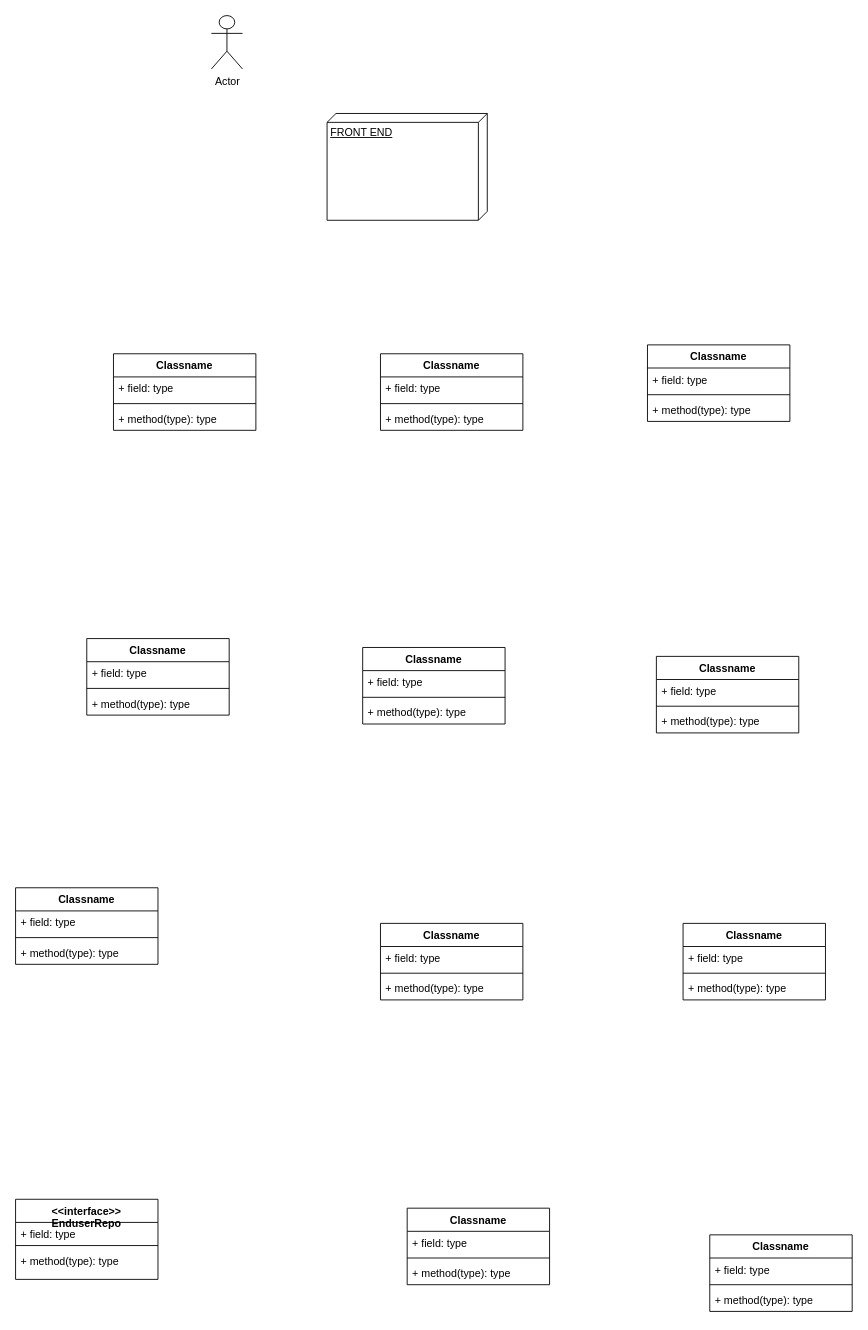
Before: documentation/UML.drawio in KesterJJ/life-goals, a draw.io diagram. Source tidied: cells renumbered, new cells numbered last; positions are measured from the earlier drawing's top-left corner, leaving out a move shared by most shapes. Both pictures are drawn from the tidied source at 89%, with x=0, y=0 at pixel (15, 15).
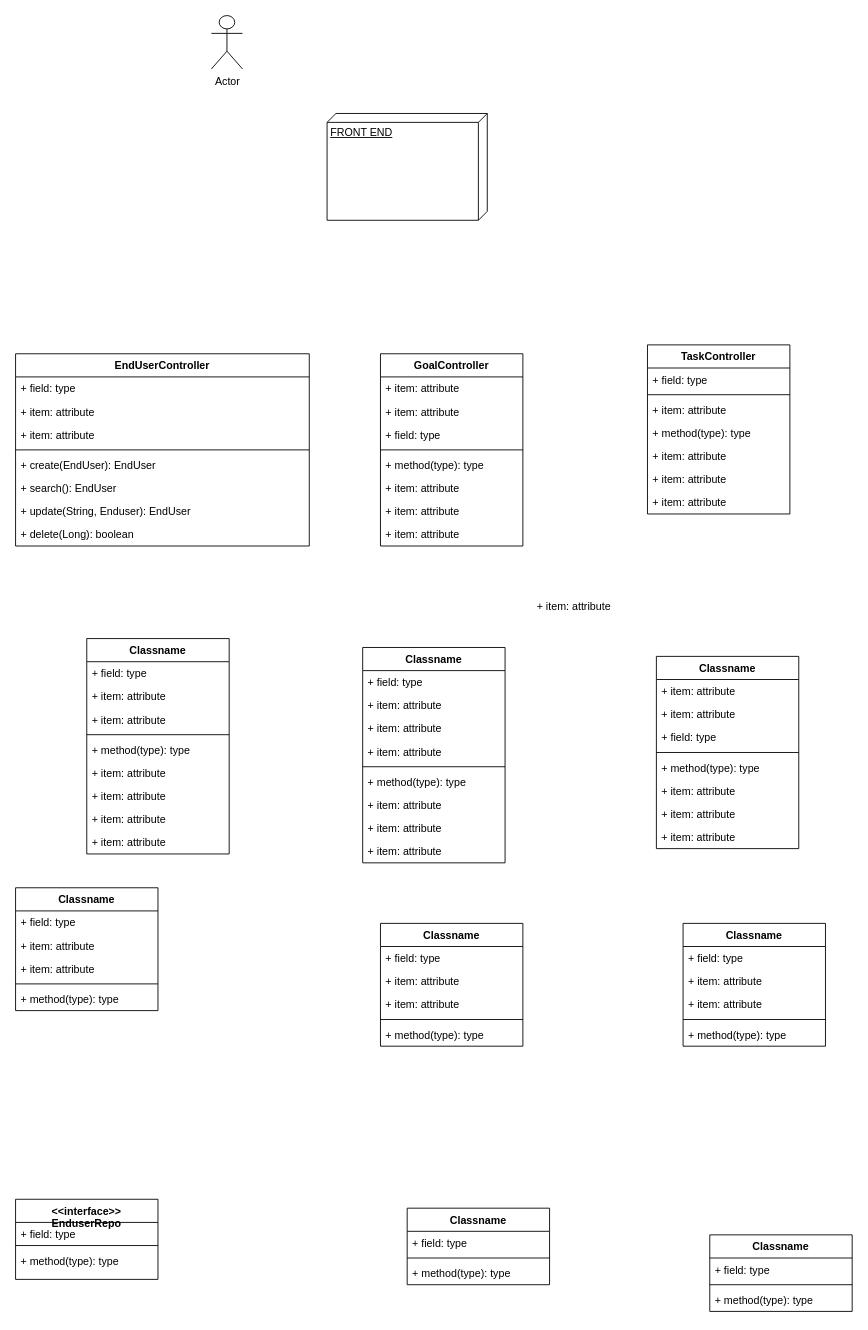
The same diagram, later.

Change to the diagram source:
```diff
@@
-    <mxCell id="2" value="Classname" style="swimlane;fontStyle=1;align=center;verticalAlign=top;horizontal=1;startSize=26;" parent="1" vertex="1">
-      <mxGeometry x="710" y="370" width="160" height="86" as="geometry" />
+    <mxCell id="2" value="TaskController" style="swimlane;fontStyle=1;align=center;verticalAlign=top;horizontal=1;startSize=26;" parent="1" vertex="1">
+      <mxGeometry x="710" y="370" width="160" height="190" as="geometry" />
     </mxCell>
@@
+    <mxCell id="52" value="+ item: attribute" style="text;strokeColor=none;fillColor=none;align=left;verticalAlign=top;spacingLeft=4;spacingRight=4;overflow=hidden;" parent="2" vertex="1">
+      <mxGeometry y="60" width="160" height="26" as="geometry" />
+    </mxCell>
     <mxCell id="5" value="+ method(type): type" style="text;strokeColor=none;fillColor=none;align=left;verticalAlign=top;spacingLeft=4;spacingRight=4;overflow=hidden;" parent="2" vertex="1">
-      <mxGeometry y="60" width="160" height="26" as="geometry" />
+      <mxGeometry y="86" width="160" height="26" as="geometry" />
     </mxCell>
+    <mxCell id="53" value="+ item: attribute" style="text;strokeColor=none;fillColor=none;align=left;verticalAlign=top;spacingLeft=4;spacingRight=4;overflow=hidden;" parent="2" vertex="1">
+      <mxGeometry y="112" width="160" height="26" as="geometry" />
+    </mxCell>
+    <mxCell id="54" value="+ item: attribute" style="text;strokeColor=none;fillColor=none;align=left;verticalAlign=top;spacingLeft=4;spacingRight=4;overflow=hidden;" parent="2" vertex="1">
+      <mxGeometry y="138" width="160" height="26" as="geometry" />
+    </mxCell>
+    <mxCell id="55" value="+ item: attribute" style="text;strokeColor=none;fillColor=none;align=left;verticalAlign=top;spacingLeft=4;spacingRight=4;overflow=hidden;" parent="2" vertex="1">
+      <mxGeometry y="164" width="160" height="26" as="geometry" />
+    </mxCell>
-    <mxCell id="6" value="Classname" style="swimlane;fontStyle=1;align=center;verticalAlign=top;horizontal=1;startSize=26;" parent="1" vertex="1">
-      <mxGeometry x="410" y="380" width="160" height="86" as="geometry" />
+    <mxCell id="6" value="GoalController" style="swimlane;fontStyle=1;align=center;verticalAlign=top;horizontal=1;startSize=26;" parent="1" vertex="1">
+      <mxGeometry x="410" y="380" width="160" height="216" as="geometry" />
     </mxCell>
+    <mxCell id="56" value="+ item: attribute" style="text;strokeColor=none;fillColor=none;align=left;verticalAlign=top;spacingLeft=4;spacingRight=4;overflow=hidden;" parent="6" vertex="1">
+      <mxGeometry y="26" width="160" height="26" as="geometry" />
+    </mxCell>
+    <mxCell id="57" value="+ item: attribute" style="text;strokeColor=none;fillColor=none;align=left;verticalAlign=top;spacingLeft=4;spacingRight=4;overflow=hidden;" parent="6" vertex="1">
+      <mxGeometry y="52" width="160" height="26" as="geometry" />
+    </mxCell>
     <mxCell id="7" value="+ field: type" style="text;strokeColor=none;fillColor=none;align=left;verticalAlign=top;spacingLeft=4;spacingRight=4;overflow=hidden;" parent="6" vertex="1">
-      <mxGeometry y="26" width="160" height="26" as="geometry" />
+      <mxGeometry y="78" width="160" height="26" as="geometry" />
     </mxCell>
     <mxCell id="8" style="line;strokeWidth=1;fillColor=none;align=left;verticalAlign=middle;spacingTop=-1;spacingLeft=3;spacingRight=3;labelPosition=right;" parent="6" vertex="1">
-      <mxGeometry y="52" width="160" height="8" as="geometry" />
+      <mxGeometry y="104" width="160" height="8" as="geometry" />
     </mxCell>
     <mxCell id="9" value="+ method(type): type" style="text;strokeColor=none;fillColor=none;align=left;verticalAlign=top;spacingLeft=4;spacingRight=4;overflow=hidden;" parent="6" vertex="1">
-      <mxGeometry y="60" width="160" height="26" as="geometry" />
+      <mxGeometry y="112" width="160" height="26" as="geometry" />
     </mxCell>
+    <mxCell id="58" value="+ item: attribute" style="text;strokeColor=none;fillColor=none;align=left;verticalAlign=top;spacingLeft=4;spacingRight=4;overflow=hidden;" parent="6" vertex="1">
+      <mxGeometry y="138" width="160" height="26" as="geometry" />
+    </mxCell>
+    <mxCell id="59" value="+ item: attribute" style="text;strokeColor=none;fillColor=none;align=left;verticalAlign=top;spacingLeft=4;spacingRight=4;overflow=hidden;" parent="6" vertex="1">
+      <mxGeometry y="164" width="160" height="26" as="geometry" />
+    </mxCell>
+    <mxCell id="60" value="+ item: attribute" style="text;strokeColor=none;fillColor=none;align=left;verticalAlign=top;spacingLeft=4;spacingRight=4;overflow=hidden;" parent="6" vertex="1">
+      <mxGeometry y="190" width="160" height="26" as="geometry" />
+    </mxCell>
-    <mxCell id="10" value="Classname" style="swimlane;fontStyle=1;align=center;verticalAlign=top;horizontal=1;startSize=26;" parent="1" vertex="1">
-      <mxGeometry x="110" y="380" width="160" height="86" as="geometry" />
+    <mxCell id="10" value="EndUserController" style="swimlane;fontStyle=1;align=center;verticalAlign=top;horizontal=1;startSize=26;" parent="1" vertex="1">
+      <mxGeometry y="380" width="330" height="216" as="geometry" />
     </mxCell>
     <mxCell id="11" value="+ field: type" style="text;strokeColor=none;fillColor=none;align=left;verticalAlign=top;spacingLeft=4;spacingRight=4;overflow=hidden;" parent="10" vertex="1">
-      <mxGeometry y="26" width="160" height="26" as="geometry" />
+      <mxGeometry y="26" width="330" height="26" as="geometry" />
     </mxCell>
+    <mxCell id="61" value="+ item: attribute" style="text;strokeColor=none;fillColor=none;align=left;verticalAlign=top;spacingLeft=4;spacingRight=4;overflow=hidden;" parent="10" vertex="1">
+      <mxGeometry y="52" width="330" height="26" as="geometry" />
+    </mxCell>
+    <mxCell id="62" value="+ item: attribute" style="text;strokeColor=none;fillColor=none;align=left;verticalAlign=top;spacingLeft=4;spacingRight=4;overflow=hidden;" parent="10" vertex="1">
+      <mxGeometry y="78" width="330" height="26" as="geometry" />
+    </mxCell>
     <mxCell id="12" style="line;strokeWidth=1;fillColor=none;align=left;verticalAlign=middle;spacingTop=-1;spacingLeft=3;spacingRight=3;labelPosition=right;" parent="10" vertex="1">
-      <mxGeometry y="52" width="160" height="8" as="geometry" />
+      <mxGeometry y="104" width="330" height="8" as="geometry" />
     </mxCell>
-    <mxCell id="13" value="+ method(type): type" style="text;strokeColor=none;fillColor=none;align=left;verticalAlign=top;spacingLeft=4;spacingRight=4;overflow=hidden;" parent="10" vertex="1">
-      <mxGeometry y="60" width="160" height="26" as="geometry" />
+    <mxCell id="13" value="+ create(EndUser): EndUser" style="text;strokeColor=none;fillColor=none;align=left;verticalAlign=top;spacingLeft=4;spacingRight=4;overflow=hidden;" parent="10" vertex="1">
+      <mxGeometry y="112" width="330" height="26" as="geometry" />
     </mxCell>
+    <mxCell id="63" value="+ search(): EndUser" style="text;strokeColor=none;fillColor=none;align=left;verticalAlign=top;spacingLeft=4;spacingRight=4;overflow=hidden;" parent="10" vertex="1">
+      <mxGeometry y="138" width="330" height="26" as="geometry" />
+    </mxCell>
+    <mxCell id="64" value="+ update(String, Enduser): EndUser" style="text;strokeColor=none;fillColor=none;align=left;verticalAlign=top;spacingLeft=4;spacingRight=4;overflow=hidden;" parent="10" vertex="1">
+      <mxGeometry y="164" width="330" height="26" as="geometry" />
+    </mxCell>
+    <mxCell id="65" value="+ delete(Long): boolean" style="text;strokeColor=none;fillColor=none;align=left;verticalAlign=top;spacingLeft=4;spacingRight=4;overflow=hidden;" parent="10" vertex="1">
+      <mxGeometry y="190" width="330" height="26" as="geometry" />
+    </mxCell>
     <mxCell id="14" value="Classname" style="swimlane;fontStyle=1;align=center;verticalAlign=top;horizontal=1;startSize=26;" parent="1" vertex="1">
-      <mxGeometry x="720" y="720" width="160" height="86" as="geometry" />
+      <mxGeometry x="720" y="720" width="160" height="216" as="geometry" />
     </mxCell>
+    <mxCell id="66" value="+ item: attribute" style="text;strokeColor=none;fillColor=none;align=left;verticalAlign=top;spacingLeft=4;spacingRight=4;overflow=hidden;" parent="14" vertex="1">
+      <mxGeometry y="26" width="160" height="26" as="geometry" />
+    </mxCell>
+    <mxCell id="67" value="+ item: attribute" style="text;strokeColor=none;fillColor=none;align=left;verticalAlign=top;spacingLeft=4;spacingRight=4;overflow=hidden;" parent="14" vertex="1">
+      <mxGeometry y="52" width="160" height="26" as="geometry" />
+    </mxCell>
     <mxCell id="15" value="+ field: type" style="text;strokeColor=none;fillColor=none;align=left;verticalAlign=top;spacingLeft=4;spacingRight=4;overflow=hidden;" parent="14" vertex="1">
-      <mxGeometry y="26" width="160" height="26" as="geometry" />
+      <mxGeometry y="78" width="160" height="26" as="geometry" />
     </mxCell>
     <mxCell id="16" style="line;strokeWidth=1;fillColor=none;align=left;verticalAlign=middle;spacingTop=-1;spacingLeft=3;spacingRight=3;labelPosition=right;" parent="14" vertex="1">
-      <mxGeometry y="52" width="160" height="8" as="geometry" />
+      <mxGeometry y="104" width="160" height="8" as="geometry" />
     </mxCell>
     <mxCell id="17" value="+ method(type): type" style="text;strokeColor=none;fillColor=none;align=left;verticalAlign=top;spacingLeft=4;spacingRight=4;overflow=hidden;" parent="14" vertex="1">
-      <mxGeometry y="60" width="160" height="26" as="geometry" />
+      <mxGeometry y="112" width="160" height="26" as="geometry" />
     </mxCell>
+    <mxCell id="68" value="+ item: attribute" style="text;strokeColor=none;fillColor=none;align=left;verticalAlign=top;spacingLeft=4;spacingRight=4;overflow=hidden;" parent="14" vertex="1">
+      <mxGeometry y="138" width="160" height="26" as="geometry" />
+    </mxCell>
+    <mxCell id="69" value="+ item: attribute" style="text;strokeColor=none;fillColor=none;align=left;verticalAlign=top;spacingLeft=4;spacingRight=4;overflow=hidden;" parent="14" vertex="1">
+      <mxGeometry y="164" width="160" height="26" as="geometry" />
+    </mxCell>
+    <mxCell id="70" value="+ item: attribute" style="text;strokeColor=none;fillColor=none;align=left;verticalAlign=top;spacingLeft=4;spacingRight=4;overflow=hidden;" parent="14" vertex="1">
+      <mxGeometry y="190" width="160" height="26" as="geometry" />
+    </mxCell>
     <mxCell id="18" value="Classname" style="swimlane;fontStyle=1;align=center;verticalAlign=top;horizontal=1;startSize=26;" parent="1" vertex="1">
-      <mxGeometry x="80" y="700" width="160" height="86" as="geometry" />
+      <mxGeometry x="80" y="700" width="160" height="242" as="geometry" />
     </mxCell>
@@
+    <mxCell id="71" value="+ item: attribute" style="text;strokeColor=none;fillColor=none;align=left;verticalAlign=top;spacingLeft=4;spacingRight=4;overflow=hidden;" parent="18" vertex="1">
+      <mxGeometry y="52" width="160" height="26" as="geometry" />
+    </mxCell>
+    <mxCell id="72" value="+ item: attribute" style="text;strokeColor=none;fillColor=none;align=left;verticalAlign=top;spacingLeft=4;spacingRight=4;overflow=hidden;" parent="18" vertex="1">
+      <mxGeometry y="78" width="160" height="26" as="geometry" />
+    </mxCell>
     <mxCell id="20" style="line;strokeWidth=1;fillColor=none;align=left;verticalAlign=middle;spacingTop=-1;spacingLeft=3;spacingRight=3;labelPosition=right;" parent="18" vertex="1">
-      <mxGeometry y="52" width="160" height="8" as="geometry" />
+      <mxGeometry y="104" width="160" height="8" as="geometry" />
     </mxCell>
     <mxCell id="21" value="+ method(type): type" style="text;strokeColor=none;fillColor=none;align=left;verticalAlign=top;spacingLeft=4;spacingRight=4;overflow=hidden;" parent="18" vertex="1">
-      <mxGeometry y="60" width="160" height="26" as="geometry" />
+      <mxGeometry y="112" width="160" height="26" as="geometry" />
     </mxCell>
+    <mxCell id="73" value="+ item: attribute" style="text;strokeColor=none;fillColor=none;align=left;verticalAlign=top;spacingLeft=4;spacingRight=4;overflow=hidden;" parent="18" vertex="1">
+      <mxGeometry y="138" width="160" height="26" as="geometry" />
+    </mxCell>
+    <mxCell id="74" value="+ item: attribute" style="text;strokeColor=none;fillColor=none;align=left;verticalAlign=top;spacingLeft=4;spacingRight=4;overflow=hidden;" parent="18" vertex="1">
+      <mxGeometry y="164" width="160" height="26" as="geometry" />
+    </mxCell>
+    <mxCell id="75" value="+ item: attribute" style="text;strokeColor=none;fillColor=none;align=left;verticalAlign=top;spacingLeft=4;spacingRight=4;overflow=hidden;" parent="18" vertex="1">
+      <mxGeometry y="190" width="160" height="26" as="geometry" />
+    </mxCell>
+    <mxCell id="76" value="+ item: attribute" style="text;strokeColor=none;fillColor=none;align=left;verticalAlign=top;spacingLeft=4;spacingRight=4;overflow=hidden;" parent="18" vertex="1">
+      <mxGeometry y="216" width="160" height="26" as="geometry" />
+    </mxCell>
     <mxCell id="22" value="Classname" style="swimlane;fontStyle=1;align=center;verticalAlign=top;horizontal=1;startSize=26;" parent="1" vertex="1">
-      <mxGeometry x="390" y="710" width="160" height="86" as="geometry" />
+      <mxGeometry x="390" y="710" width="160" height="242" as="geometry" />
     </mxCell>
@@
+    <mxCell id="77" value="+ item: attribute" style="text;strokeColor=none;fillColor=none;align=left;verticalAlign=top;spacingLeft=4;spacingRight=4;overflow=hidden;" parent="22" vertex="1">
+      <mxGeometry y="52" width="160" height="26" as="geometry" />
+    </mxCell>
+    <mxCell id="78" value="+ item: attribute" style="text;strokeColor=none;fillColor=none;align=left;verticalAlign=top;spacingLeft=4;spacingRight=4;overflow=hidden;" parent="22" vertex="1">
+      <mxGeometry y="78" width="160" height="26" as="geometry" />
+    </mxCell>
+    <mxCell id="79" value="+ item: attribute" style="text;strokeColor=none;fillColor=none;align=left;verticalAlign=top;spacingLeft=4;spacingRight=4;overflow=hidden;" parent="22" vertex="1">
+      <mxGeometry y="104" width="160" height="26" as="geometry" />
+    </mxCell>
     <mxCell id="24" style="line;strokeWidth=1;fillColor=none;align=left;verticalAlign=middle;spacingTop=-1;spacingLeft=3;spacingRight=3;labelPosition=right;" parent="22" vertex="1">
-      <mxGeometry y="52" width="160" height="8" as="geometry" />
+      <mxGeometry y="130" width="160" height="8" as="geometry" />
     </mxCell>
     <mxCell id="25" value="+ method(type): type" style="text;strokeColor=none;fillColor=none;align=left;verticalAlign=top;spacingLeft=4;spacingRight=4;overflow=hidden;" parent="22" vertex="1">
-      <mxGeometry y="60" width="160" height="26" as="geometry" />
+      <mxGeometry y="138" width="160" height="26" as="geometry" />
     </mxCell>
+    <mxCell id="80" value="+ item: attribute" style="text;strokeColor=none;fillColor=none;align=left;verticalAlign=top;spacingLeft=4;spacingRight=4;overflow=hidden;" parent="22" vertex="1">
+      <mxGeometry y="164" width="160" height="26" as="geometry" />
+    </mxCell>
+    <mxCell id="81" value="+ item: attribute" style="text;strokeColor=none;fillColor=none;align=left;verticalAlign=top;spacingLeft=4;spacingRight=4;overflow=hidden;" parent="22" vertex="1">
+      <mxGeometry y="190" width="160" height="26" as="geometry" />
+    </mxCell>
+    <mxCell id="82" value="+ item: attribute" style="text;strokeColor=none;fillColor=none;align=left;verticalAlign=top;spacingLeft=4;spacingRight=4;overflow=hidden;" parent="22" vertex="1">
+      <mxGeometry y="216" width="160" height="26" as="geometry" />
+    </mxCell>
     <mxCell id="26" value="Classname" style="swimlane;fontStyle=1;align=center;verticalAlign=top;horizontal=1;startSize=26;" parent="1" vertex="1">
-      <mxGeometry x="750" y="1020" width="160" height="86" as="geometry" />
+      <mxGeometry x="750" y="1020" width="160" height="138" as="geometry" />
     </mxCell>
@@
+    <mxCell id="83" value="+ item: attribute" style="text;strokeColor=none;fillColor=none;align=left;verticalAlign=top;spacingLeft=4;spacingRight=4;overflow=hidden;" parent="26" vertex="1">
+      <mxGeometry y="52" width="160" height="26" as="geometry" />
+    </mxCell>
+    <mxCell id="84" value="+ item: attribute" style="text;strokeColor=none;fillColor=none;align=left;verticalAlign=top;spacingLeft=4;spacingRight=4;overflow=hidden;" parent="26" vertex="1">
+      <mxGeometry y="78" width="160" height="26" as="geometry" />
+    </mxCell>
     <mxCell id="28" style="line;strokeWidth=1;fillColor=none;align=left;verticalAlign=middle;spacingTop=-1;spacingLeft=3;spacingRight=3;labelPosition=right;" parent="26" vertex="1">
-      <mxGeometry y="52" width="160" height="8" as="geometry" />
+      <mxGeometry y="104" width="160" height="8" as="geometry" />
     </mxCell>
     <mxCell id="29" value="+ method(type): type" style="text;strokeColor=none;fillColor=none;align=left;verticalAlign=top;spacingLeft=4;spacingRight=4;overflow=hidden;" parent="26" vertex="1">
-      <mxGeometry y="60" width="160" height="26" as="geometry" />
+      <mxGeometry y="112" width="160" height="26" as="geometry" />
     </mxCell>
     <mxCell id="30" value="Classname" style="swimlane;fontStyle=1;align=center;verticalAlign=top;horizontal=1;startSize=26;" parent="1" vertex="1">
-      <mxGeometry x="410" y="1020" width="160" height="86" as="geometry" />
+      <mxGeometry x="410" y="1020" width="160" height="138" as="geometry" />
     </mxCell>
@@
+    <mxCell id="85" value="+ item: attribute" style="text;strokeColor=none;fillColor=none;align=left;verticalAlign=top;spacingLeft=4;spacingRight=4;overflow=hidden;" parent="30" vertex="1">
+      <mxGeometry y="52" width="160" height="26" as="geometry" />
+    </mxCell>
+    <mxCell id="86" value="+ item: attribute" style="text;strokeColor=none;fillColor=none;align=left;verticalAlign=top;spacingLeft=4;spacingRight=4;overflow=hidden;" parent="30" vertex="1">
+      <mxGeometry y="78" width="160" height="26" as="geometry" />
+    </mxCell>
     <mxCell id="32" style="line;strokeWidth=1;fillColor=none;align=left;verticalAlign=middle;spacingTop=-1;spacingLeft=3;spacingRight=3;labelPosition=right;" parent="30" vertex="1">
-      <mxGeometry y="52" width="160" height="8" as="geometry" />
+      <mxGeometry y="104" width="160" height="8" as="geometry" />
     </mxCell>
     <mxCell id="33" value="+ method(type): type" style="text;strokeColor=none;fillColor=none;align=left;verticalAlign=top;spacingLeft=4;spacingRight=4;overflow=hidden;" parent="30" vertex="1">
-      <mxGeometry y="60" width="160" height="26" as="geometry" />
+      <mxGeometry y="112" width="160" height="26" as="geometry" />
     </mxCell>
     <mxCell id="34" value="Classname" style="swimlane;fontStyle=1;align=center;verticalAlign=top;horizontal=1;startSize=26;" parent="1" vertex="1">
-      <mxGeometry y="980" width="160" height="86" as="geometry" />
+      <mxGeometry y="980" width="160" height="138" as="geometry" />
     </mxCell>
@@
+    <mxCell id="87" value="+ item: attribute" style="text;strokeColor=none;fillColor=none;align=left;verticalAlign=top;spacingLeft=4;spacingRight=4;overflow=hidden;" parent="34" vertex="1">
+      <mxGeometry y="52" width="160" height="26" as="geometry" />
+    </mxCell>
+    <mxCell id="88" value="+ item: attribute" style="text;strokeColor=none;fillColor=none;align=left;verticalAlign=top;spacingLeft=4;spacingRight=4;overflow=hidden;" parent="34" vertex="1">
+      <mxGeometry y="78" width="160" height="26" as="geometry" />
+    </mxCell>
     <mxCell id="36" style="line;strokeWidth=1;fillColor=none;align=left;verticalAlign=middle;spacingTop=-1;spacingLeft=3;spacingRight=3;labelPosition=right;" parent="34" vertex="1">
-      <mxGeometry y="52" width="160" height="8" as="geometry" />
+      <mxGeometry y="104" width="160" height="8" as="geometry" />
     </mxCell>
     <mxCell id="37" value="+ method(type): type" style="text;strokeColor=none;fillColor=none;align=left;verticalAlign=top;spacingLeft=4;spacingRight=4;overflow=hidden;" parent="34" vertex="1">
-      <mxGeometry y="60" width="160" height="26" as="geometry" />
+      <mxGeometry y="112" width="160" height="26" as="geometry" />
     </mxCell>
@@
+    <mxCell id="89" value="+ item: attribute" style="text;strokeColor=none;fillColor=none;align=left;verticalAlign=top;spacingLeft=4;spacingRight=4;overflow=hidden;" parent="1" vertex="1">
+      <mxGeometry x="580" y="650" width="100" height="26" as="geometry" />
+    </mxCell>
```
